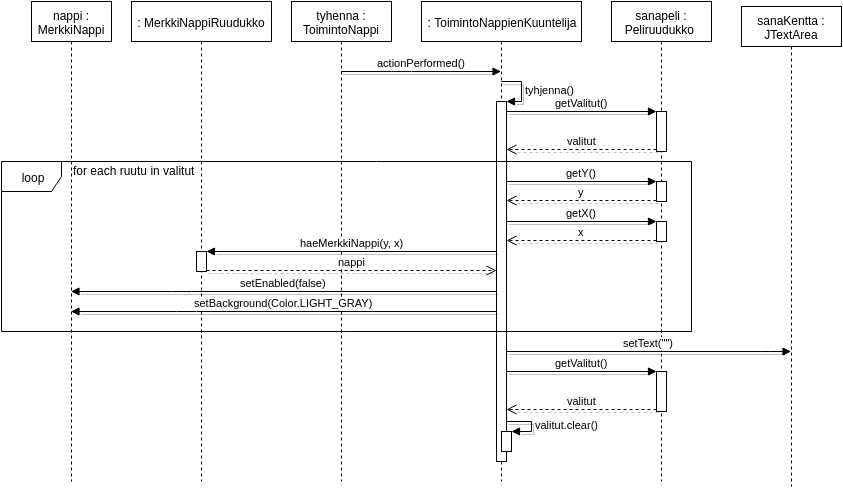
BikkuMyy/Sanaruutu keeps this draw.io diagram as dokumentaatio/Sekvenssikaavio-tyhjennaNappi.png. Above is the earlier version. Source tidied: cells renumbered, new cells last; positions are measured from the earlier drawing's top-left corner, leaving out a move shared by most shapes.
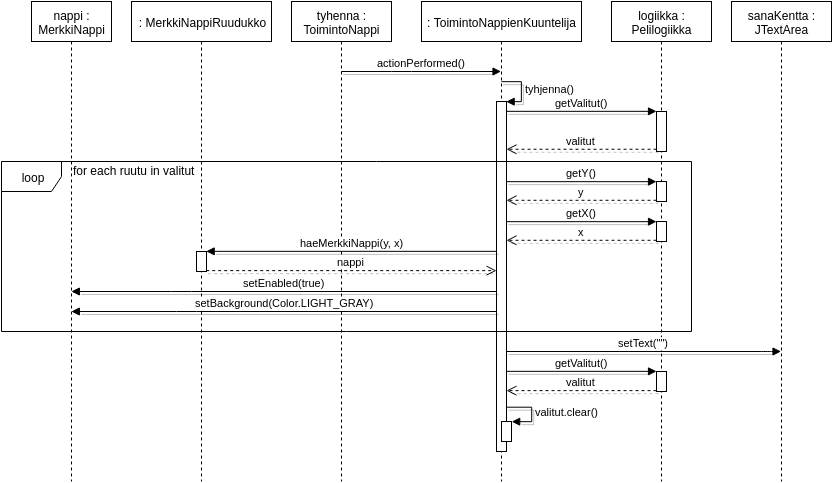
The same file after the commit.

Change to the diagram source:
```diff
@@ -9,7 +9,7 @@
       <mxGeometry x="420" width="160" height="480" as="geometry" />
     </mxCell>
     <mxCell id="4" style="html=1;points=[];perimeter=orthogonalPerimeter;fillColor=#FFFFFF;" parent="3" vertex="1">
-      <mxGeometry x="75" y="100" width="10" height="360" as="geometry" />
+      <mxGeometry x="75" y="100" width="10" height="350" as="geometry" />
     </mxCell>
     <mxCell id="5" value="tyhjenna()" style="edgeStyle=orthogonalEdgeStyle;html=1;align=left;spacingLeft=2;endArrow=block;rounded=0;entryX=1;entryY=0;shadow=1;" parent="3" edge="1" target="4">
       <mxGeometry relative="1" as="geometry">
@@ -20,12 +20,12 @@
       </mxGeometry>
     </mxCell>
     <mxCell id="6" style="html=1;points=[];perimeter=orthogonalPerimeter;fillColor=#FFFFFF;" parent="3" vertex="1">
-      <mxGeometry x="80" y="430" width="10" height="20" as="geometry" />
+      <mxGeometry x="80" y="420" width="10" height="20" as="geometry" />
     </mxCell>
-    <mxCell id="7" value="valitut.clear()" style="edgeStyle=orthogonalEdgeStyle;html=1;align=left;spacingLeft=2;endArrow=block;rounded=0;entryX=1;entryY=0;shadow=1;" parent="3" edge="1" target="6">
+    <mxCell id="7" value="valitut.clear()" style="edgeStyle=orthogonalEdgeStyle;html=1;align=left;spacingLeft=2;endArrow=block;rounded=0;entryX=1;entryY=0;shadow=1;" parent="3" edge="1" source="4" target="6">
       <mxGeometry relative="1" as="geometry">
-        <mxPoint x="85" y="420" as="sourcePoint" />
         <Array as="points">
+          <mxPoint x="110" y="406" />
           <mxPoint x="110" y="420" />
         </Array>
       </mxGeometry>
@@ -37,7 +37,7 @@
         </Array>
       </mxGeometry>
     </mxCell>
-    <mxCell id="9" value="sanapeli : Peliruudukko&amp;nbsp;" style="shape=umlLifeline;perimeter=lifelinePerimeter;whiteSpace=wrap;html=1;fillColor=#FFFFFF;" parent="1" vertex="1">
+    <mxCell id="9" value="logiikka : Pelilogiikka" style="shape=umlLifeline;perimeter=lifelinePerimeter;whiteSpace=wrap;html=1;fillColor=#FFFFFF;" parent="1" vertex="1">
       <mxGeometry x="610" width="100" height="480" as="geometry" />
     </mxCell>
     <mxCell id="10" style="html=1;points=[];perimeter=orthogonalPerimeter;fillColor=#FFFFFF;" parent="9" vertex="1">
@@ -88,7 +88,7 @@
     <mxCell id="25" value="nappi : MerkkiNappi" style="shape=umlLifeline;perimeter=lifelinePerimeter;whiteSpace=wrap;html=1;outlineConnect=0;fillColor=#FFFFFF;" parent="1" vertex="1">
       <mxGeometry x="30" width="80" height="480" as="geometry" />
     </mxCell>
-    <mxCell id="26" value="setEnabled(false)" style="html=1;verticalAlign=bottom;endArrow=block;shadow=1;" parent="1" edge="1" source="4" target="25">
+    <mxCell id="26" value="setEnabled(true)" style="html=1;verticalAlign=bottom;endArrow=block;shadow=1;" parent="1" edge="1" source="4" target="25">
       <mxGeometry relative="1" as="geometry">
         <Array as="points">
           <mxPoint x="180" y="290" />
@@ -103,7 +103,7 @@
       </mxGeometry>
     </mxCell>
     <mxCell id="28" value="sanaKentta : JTextArea" style="shape=umlLifeline;perimeter=lifelinePerimeter;whiteSpace=wrap;html=1;outlineConnect=0;fillColor=#FFFFFF;" parent="1" vertex="1">
-      <mxGeometry x="740" y="5" width="100" height="480" as="geometry" />
+      <mxGeometry x="730" width="100" height="480" as="geometry" />
     </mxCell>
     <mxCell id="29" value="setText(&quot;&quot;)" style="html=1;verticalAlign=bottom;endArrow=block;shadow=1;" parent="1" edge="1" source="4" target="28">
       <mxGeometry relative="1" as="geometry">
@@ -116,7 +116,7 @@
       <mxGeometry relative="1" as="geometry" />
     </mxCell>
     <mxCell id="31" style="html=1;points=[];perimeter=orthogonalPerimeter;fillColor=#FFFFFF;" parent="1" vertex="1">
-      <mxGeometry x="655" y="370" width="10" height="40" as="geometry" />
+      <mxGeometry x="655" y="370" width="10" height="20" as="geometry" />
     </mxCell>
     <mxCell id="32" value="valitut" style="html=1;verticalAlign=bottom;endArrow=open;dashed=1;endSize=8;exitX=0;exitY=0.95;shadow=1;" parent="1" edge="1" source="31" target="4">
       <mxGeometry relative="1" as="geometry" />
```
